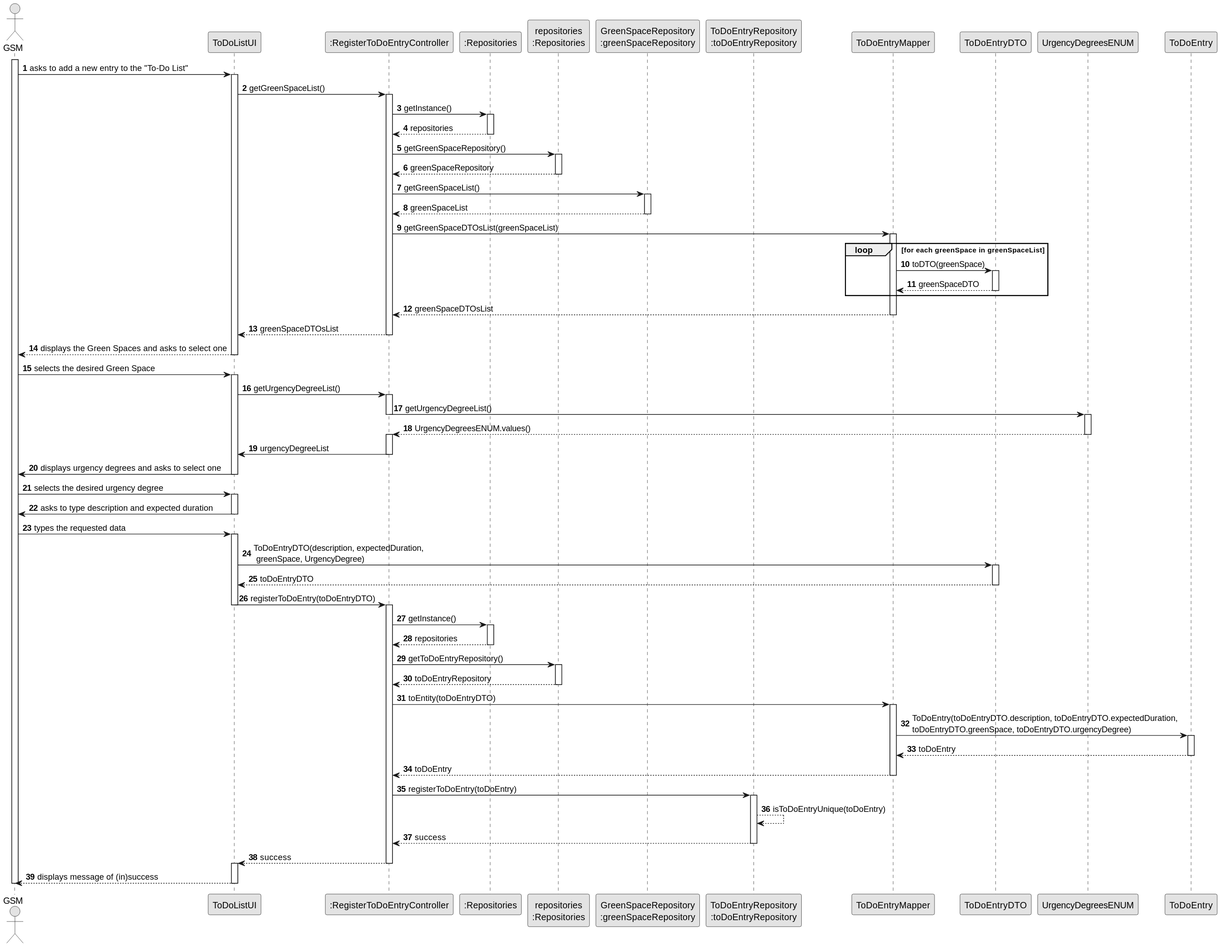
Earlier version of the PlantUML export docs/sprintC/us021/03.design/svg/us021-sequence-diagram.svg (Departamento-de-Engenharia-Informatica/lei-24-s2-1do-g164).
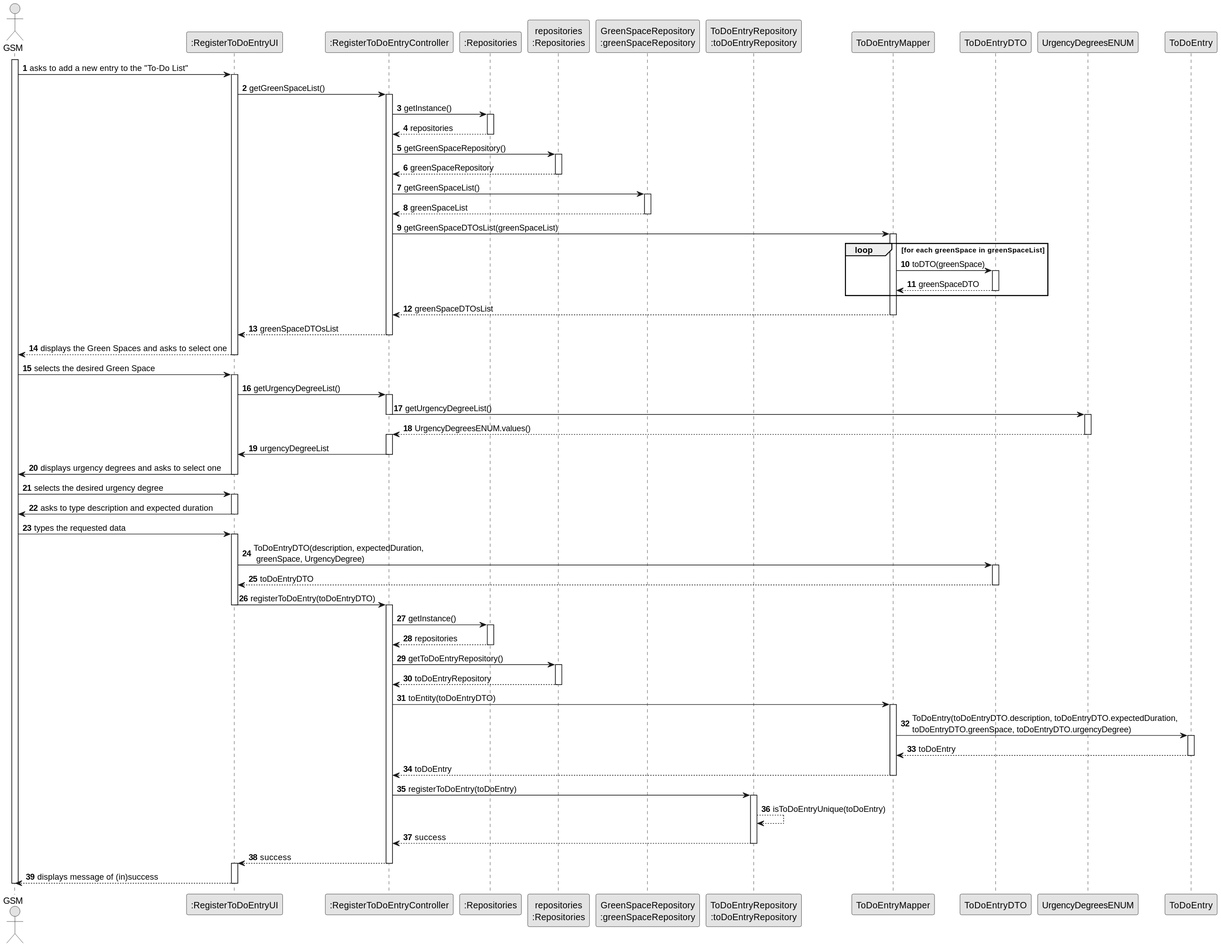
The same file after the commit.

Change to the diagram source:
```diff
@@ -6,7 +6,7 @@
 autonumber
 
 actor "GSM" as Employee
-participant "ToDoListUI" as UI
+participant ":RegisterToDoEntryUI" as UI
 participant ":RegisterToDoEntryController" as CTRL
 participant ":Repositories" as RepositorySingleton
 participant "repositories\n:Repositories" as PLAT
```
